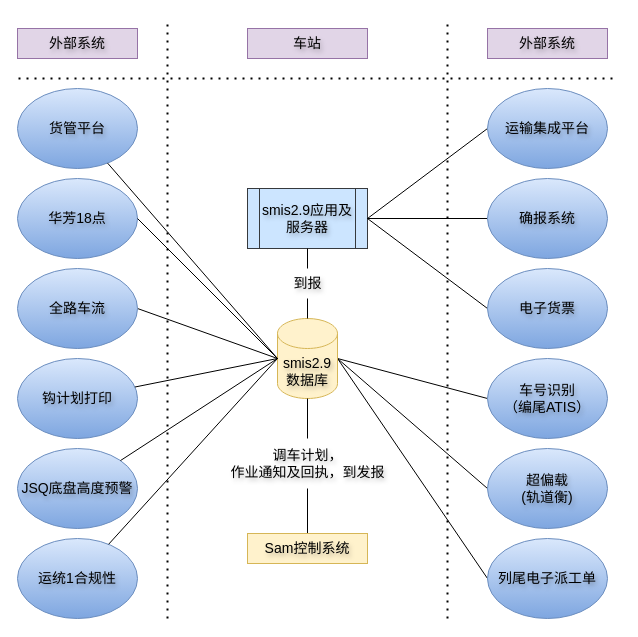
wxl18335844494/myFlowChart keeps this draw.io diagram as 新丰镇切换方案网络架构图/编组站smis29当前网络架构.drawio. Above is the earlier version. Source tidied: cells renumbered, new cells numbered last; positions are measured from the earlier drawing's top-left corner, leaving out a move shared by most shapes. Both pictures are drawn from the tidied source at 100%, with x=0, y=0 at pixel (17, 18).
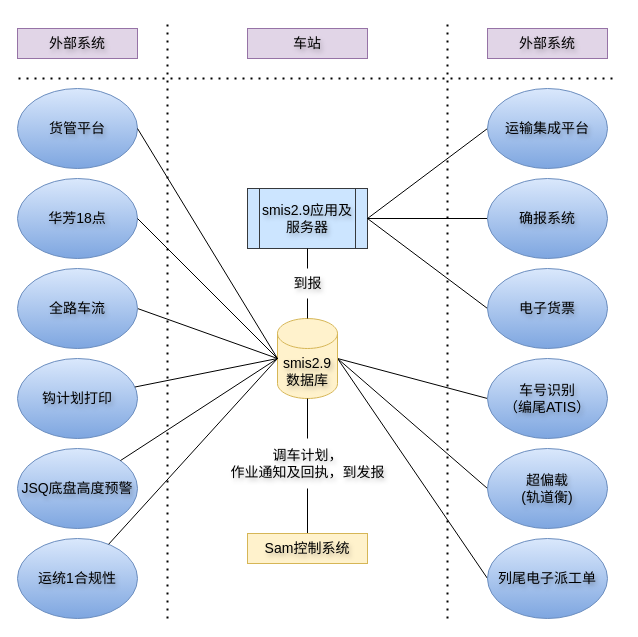
After the change.

Commit message:
更新编组站smis29当前网络架构.drawio

Unchanged cells that the change refers to:
```xml
<mxCell id="11" value="&lt;font&gt;smis2.9&lt;/font&gt;&lt;div&gt;&lt;font&gt;数据库&lt;/font&gt;&lt;/div&gt;" style="shape=cylinder3;whiteSpace=wrap;html=1;boundedLbl=1;backgroundOutline=1;size=15;hachureGap=4;fontFamily=Helvetica;fontSize=14;fillColor=#fff2cc;strokeColor=#d6b656;textShadow=1;" parent="1" vertex="1">
  <mxGeometry x="260" y="300" width="60" height="80" as="geometry" />
</mxCell>
<mxCell id="20" value="货管平台" style="ellipse;whiteSpace=wrap;html=1;hachureGap=4;fontFamily=Helvetica;fontSize=14;fillColor=#dae8fc;strokeColor=#6c8ebf;gradientColor=#7ea6e0;textShadow=1;" parent="1" vertex="1">
  <mxGeometry y="70" width="120" height="80" as="geometry" />
</mxCell>
```

Change to the diagram source:
```diff
@@
-    <mxCell id="30" style="rounded=0;hachureGap=4;jettySize=auto;html=1;entryX=0;entryY=0.5;entryDx=0;entryDy=0;entryPerimeter=0;fontFamily=Architects Daughter;endArrow=none;endFill=0;" parent="1" edge="1" source="20" target="11">
+    <mxCell id="30" style="rounded=0;hachureGap=4;jettySize=auto;html=1;entryX=0;entryY=0.5;entryDx=0;entryDy=0;entryPerimeter=0;fontFamily=Architects Daughter;endArrow=none;endFill=0;exitX=1;exitY=0.5;exitDx=0;exitDy=0;" parent="1" edge="1" source="20" target="11">
       <mxGeometry relative="1" as="geometry" />
     </mxCell>
```
